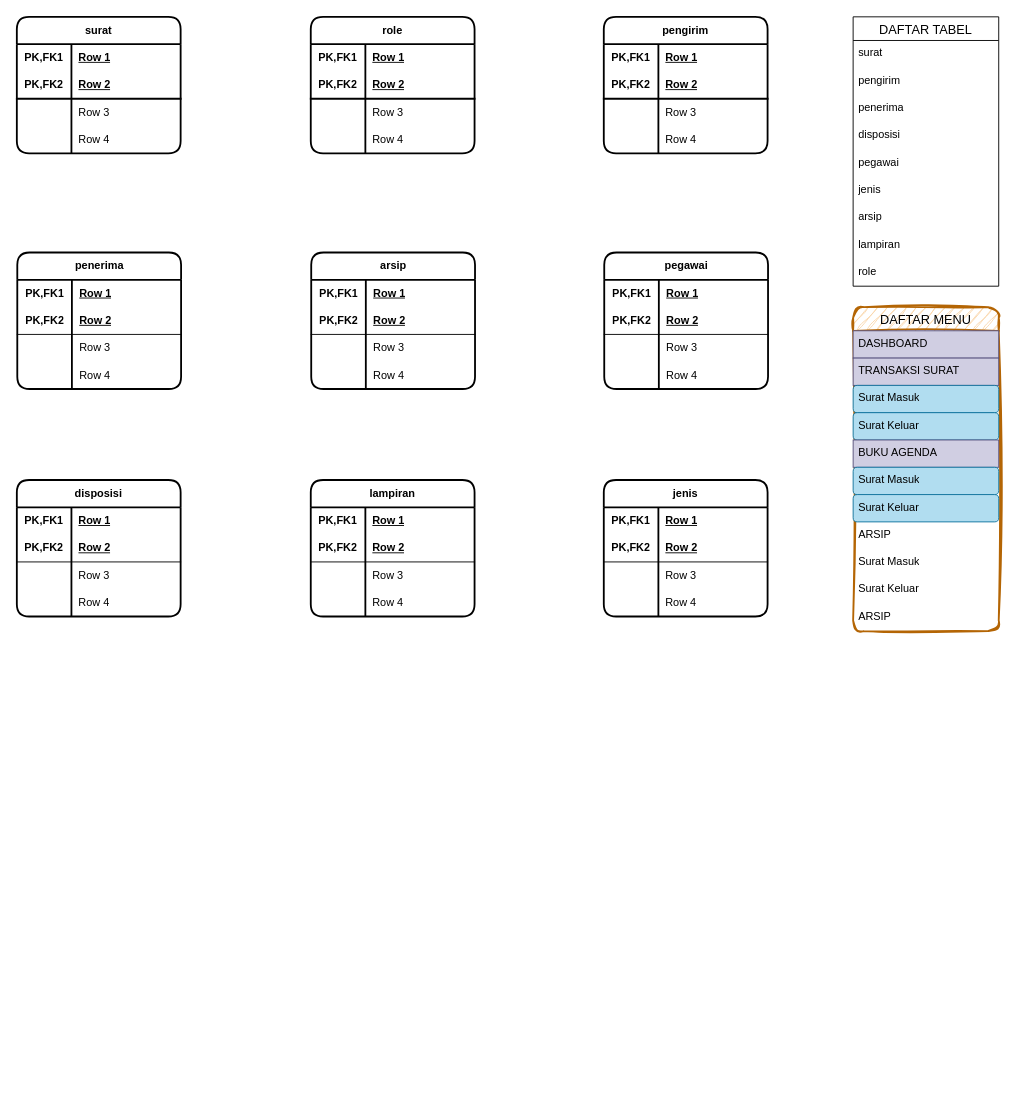
This is Diagram Tanpa Judul.drawio from ZulfikriYahya/zulfikriyahya.github.io, a draw.io file, before an edit. Source tidied: cells renumbered, new cells numbered last; positions are measured from the earlier drawing's top-left corner, leaving out a move shared by most shapes. Both pictures are drawn from the tidied source at 91%, with x=0, y=0 at pixel (16, 16).
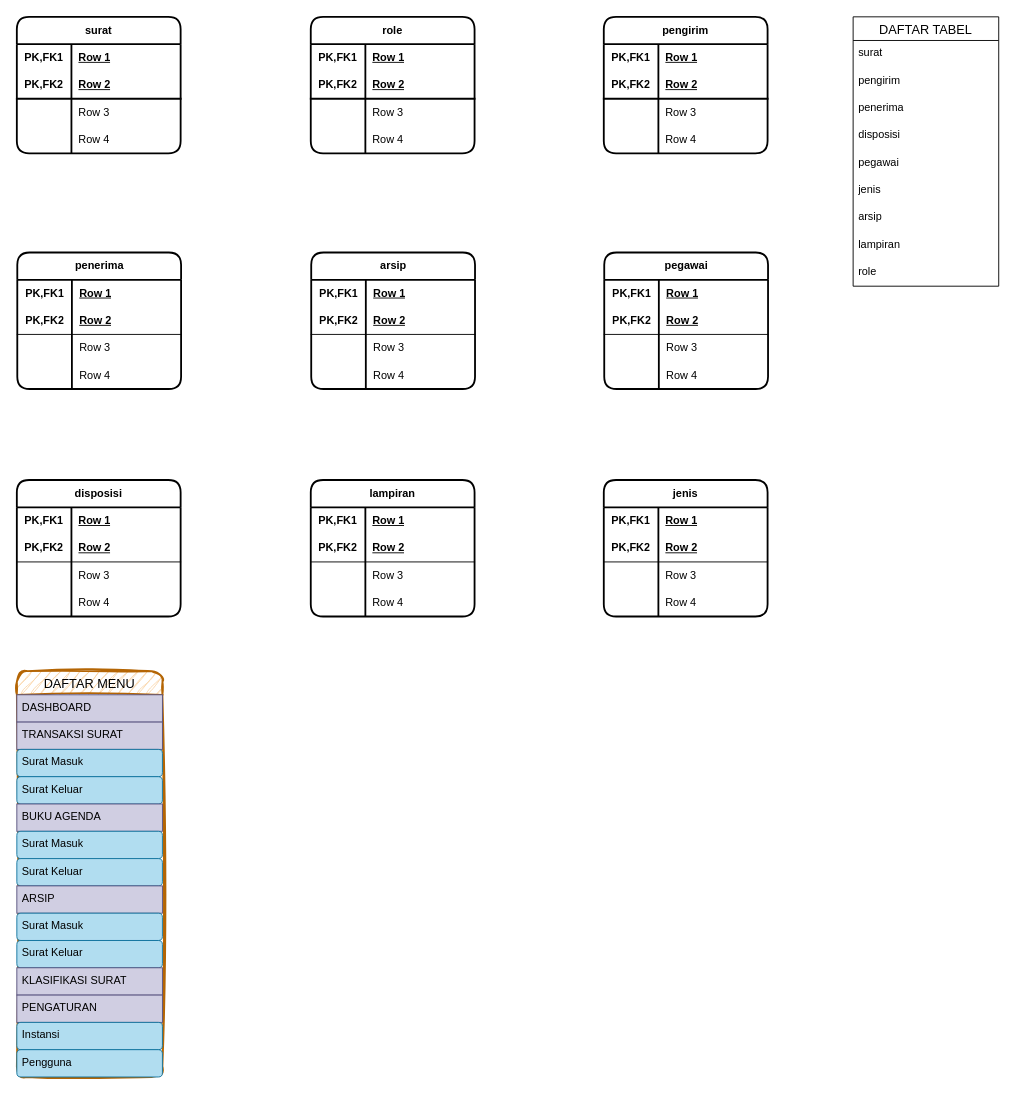
The same diagram, later.

The edit, as a diff of the source:
```diff
@@
     <mxCell id="129" value="DAFTAR MENU" style="swimlane;fontStyle=0;horizontal=1;startSize=26;align=center;fontSize=14;fillColor=#fad7ac;swimlaneFillColor=none;rounded=1;sketch=1;curveFitting=1;jiggle=2;strokeColor=#b46504;strokeWidth=2;" parent="1" vertex="1">
-      <mxGeometry x="919" y="319" width="160" height="356" as="geometry" />
+      <mxGeometry y="719" width="160" height="446" as="geometry" />
     </mxCell>
@@
-    <mxCell id="137" value="ARSIP" style="text;fillColor=none;spacingLeft=4;spacingRight=4;overflow=hidden;fontSize=12;whiteSpace=wrap;html=1;swimlaneFillColor=none;" parent="129" vertex="1">
+    <mxCell id="137" value="ARSIP" style="text;fillColor=#d0cee2;spacingLeft=4;spacingRight=4;overflow=hidden;fontSize=12;whiteSpace=wrap;html=1;swimlaneFillColor=none;strokeColor=#56517e;" parent="129" vertex="1">
       <mxGeometry y="236" width="160" height="30" as="geometry" />
     </mxCell>
-    <mxCell id="138" value="Surat Masuk" style="text;fillColor=none;spacingLeft=4;spacingRight=4;overflow=hidden;fontSize=12;whiteSpace=wrap;html=1;swimlaneFillColor=none;" parent="129" vertex="1">
+    <mxCell id="138" value="Surat Masuk" style="text;fillColor=#b1ddf0;spacingLeft=4;spacingRight=4;overflow=hidden;fontSize=12;whiteSpace=wrap;html=1;swimlaneFillColor=none;rounded=1;strokeColor=#10739e;" parent="129" vertex="1">
       <mxGeometry y="266" width="160" height="30" as="geometry" />
     </mxCell>
-    <mxCell id="139" value="Surat Keluar" style="text;fillColor=none;spacingLeft=4;spacingRight=4;overflow=hidden;fontSize=12;whiteSpace=wrap;html=1;swimlaneFillColor=none;" parent="129" vertex="1">
+    <mxCell id="139" value="Surat Keluar" style="text;fillColor=#b1ddf0;spacingLeft=4;spacingRight=4;overflow=hidden;fontSize=12;whiteSpace=wrap;html=1;swimlaneFillColor=none;strokeColor=#10739e;rounded=1;" parent="129" vertex="1">
       <mxGeometry y="296" width="160" height="30" as="geometry" />
     </mxCell>
-    <mxCell id="140" value="ARSIP" style="text;fillColor=none;spacingLeft=4;spacingRight=4;overflow=hidden;fontSize=12;whiteSpace=wrap;html=1;swimlaneFillColor=none;" parent="129" vertex="1">
+    <mxCell id="140" value="KLASIFIKASI SURAT" style="text;fillColor=#d0cee2;spacingLeft=4;spacingRight=4;overflow=hidden;fontSize=12;whiteSpace=wrap;html=1;swimlaneFillColor=none;strokeColor=#56517e;" parent="129" vertex="1">
       <mxGeometry y="326" width="160" height="30" as="geometry" />
     </mxCell>
+    <mxCell id="141" value="PENGATURAN" style="text;fillColor=#d0cee2;spacingLeft=4;spacingRight=4;overflow=hidden;fontSize=12;whiteSpace=wrap;html=1;swimlaneFillColor=none;strokeColor=#56517e;" parent="129" vertex="1">
+      <mxGeometry y="356" width="160" height="30" as="geometry" />
+    </mxCell>
+    <mxCell id="142" value="Instansi" style="text;fillColor=#b1ddf0;spacingLeft=4;spacingRight=4;overflow=hidden;fontSize=12;whiteSpace=wrap;html=1;swimlaneFillColor=none;strokeColor=#10739e;rounded=1;" parent="129" vertex="1">
+      <mxGeometry y="386" width="160" height="30" as="geometry" />
+    </mxCell>
+    <mxCell id="143" value="Pengguna" style="text;fillColor=#b1ddf0;spacingLeft=4;spacingRight=4;overflow=hidden;fontSize=12;whiteSpace=wrap;html=1;swimlaneFillColor=none;strokeColor=#10739e;rounded=1;" parent="129" vertex="1">
+      <mxGeometry y="416" width="160" height="30" as="geometry" />
+    </mxCell>
```
